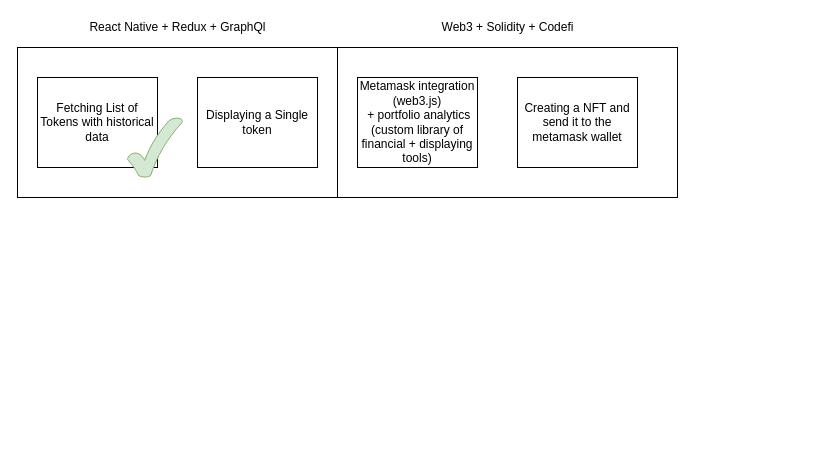
Before: uniportfolio.drawio in exakoss/uni-portfolio, a draw.io diagram. Source tidied: cells renumbered, new cells numbered last; positions are measured from the earlier drawing's top-left corner, leaving out a move shared by most shapes. Both pictures are drawn from the tidied source at 100%, with x=0, y=0 at pixel (17, 17).
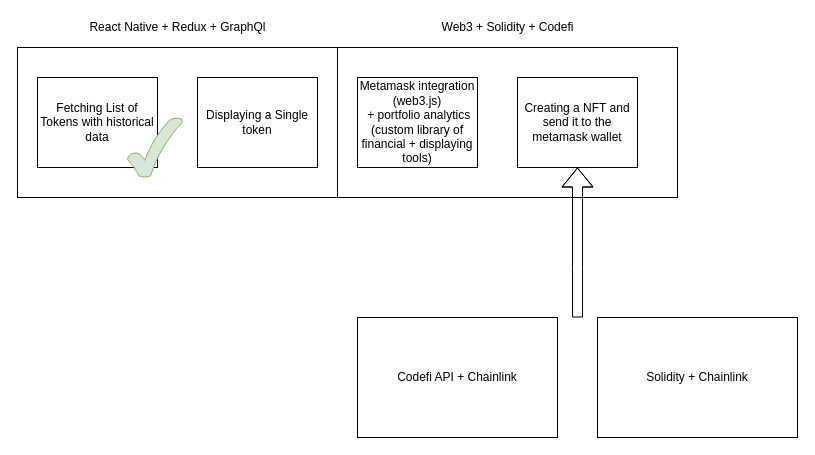
Above is the later version.

Diff of the diagram source:
```diff
@@
 <mxGraphModel>
   <root>
     <mxCell id="0" />
     <mxCell id="1" parent="0" />
     <mxCell id="2" style="rounded=0;whiteSpace=wrap;html=1;" parent="1" vertex="1">
       <mxGeometry x="320" y="30" width="340" height="150" as="geometry" />
     </mxCell>
     <mxCell id="3" style="rounded=0;whiteSpace=wrap;html=1;" parent="1" vertex="1">
       <mxGeometry y="30" width="320" height="150" as="geometry" />
     </mxCell>
     <mxCell id="4" value="Fetching List of Tokens with historical data" style="rounded=0;whiteSpace=wrap;html=1;" parent="1" vertex="1">
       <mxGeometry x="20" y="60" width="120" height="90" as="geometry" />
     </mxCell>
     <mxCell id="5" value="Displaying a Single token" style="rounded=0;whiteSpace=wrap;html=1;" parent="1" vertex="1">
       <mxGeometry x="180" y="60" width="120" height="90" as="geometry" />
     </mxCell>
     <mxCell id="6" value="Metamask integration (web3.js)&lt;br&gt;&amp;nbsp;+ portfolio analytics (custom library of financial + displaying tools)" style="rounded=0;whiteSpace=wrap;html=1;" parent="1" vertex="1">
       <mxGeometry x="340" y="60" width="120" height="90" as="geometry" />
     </mxCell>
     <mxCell id="7" value="Creating a NFT and send it to the metamask wallet" style="rounded=0;whiteSpace=wrap;html=1;" parent="1" vertex="1">
       <mxGeometry x="500" y="60" width="120" height="90" as="geometry" />
     </mxCell>
     <mxCell id="8" value="React Native + Redux&amp;nbsp;+ GraphQl" style="text;html=1;align=center;verticalAlign=middle;" parent="1" vertex="1">
       <mxGeometry x="65" width="190" height="20" as="geometry" />
     </mxCell>
     <mxCell id="9" value="Web3 + Solidity + Codefi" style="text;html=1;align=center;verticalAlign=middle;" parent="1" vertex="1">
       <mxGeometry x="415" width="150" height="20" as="geometry" />
     </mxCell>
     <mxCell id="10" style="verticalLabelPosition=bottom;verticalAlign=top;html=1;shape=mxgraph.basic.tick;fillColor=#d5e8d4;strokeColor=#82b366;" parent="1" vertex="1">
       <mxGeometry x="110" y="100" width="55" height="60" as="geometry" />
     </mxCell>
+    <mxCell id="11" style="shape=flexArrow;endArrow=classic;html=1;entryX=0.5;entryY=1;entryDx=0;entryDy=0;" parent="1" edge="1" target="7">
+      <mxGeometry relative="1" as="geometry">
+        <mxPoint x="560" y="300" as="sourcePoint" />
+        <Array as="points">
+          <mxPoint x="560" y="250" />
+        </Array>
+      </mxGeometry>
+    </mxCell>
+    <mxCell id="12" value="Codefi API + Chainlink" style="rounded=0;whiteSpace=wrap;html=1;" parent="1" vertex="1">
+      <mxGeometry x="340" y="300" width="200" height="120" as="geometry" />
+    </mxCell>
+    <mxCell id="13" value="Solidity + Chainlink" style="rounded=0;whiteSpace=wrap;html=1;" parent="1" vertex="1">
+      <mxGeometry x="580" y="300" width="200" height="120" as="geometry" />
+    </mxCell>
   </root>
 </mxGraphModel>
```
